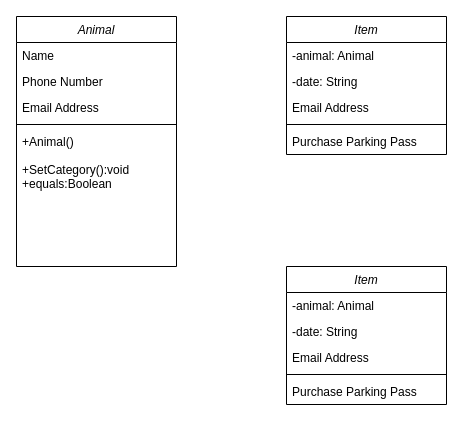
The draw.io diagram Diagram/ Analys_reflektion.drawio in GitoPot/Analys_reflektion, before the edit. Source tidied: cells renumbered, new cells numbered last; positions are measured from the earlier drawing's top-left corner, leaving out a move shared by most shapes. Both pictures are drawn from the tidied source at 100%, with x=0, y=0 at pixel (16, 16).
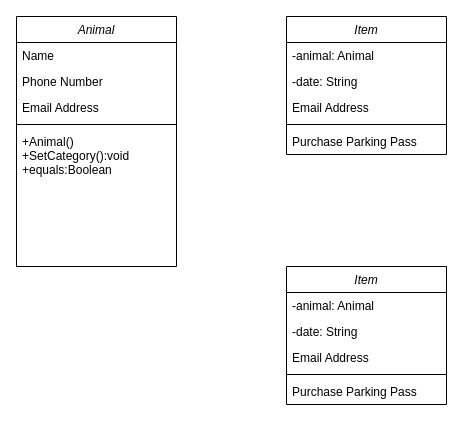
The same diagram, later.

Diff of the diagram source:
```diff
@@
 <mxGraphModel>
   <root>
     <mxCell id="0" />
     <mxCell id="1" parent="0" />
     <mxCell id="2" value="Animal" style="swimlane;fontStyle=2;align=center;verticalAlign=top;horizontal=1;startSize=26;rounded=0;shadow=0;strokeWidth=1;labelBackgroundColor=default;" parent="1" vertex="1">
       <mxGeometry width="160" height="250" as="geometry" />
     </mxCell>
     <mxCell id="3" value="Name" style="text;align=left;verticalAlign=top;spacingLeft=4;spacingRight=4;overflow=hidden;" parent="2" vertex="1">
       <mxGeometry y="26" width="160" height="26" as="geometry" />
     </mxCell>
     <mxCell id="4" value="Phone Number" style="text;align=left;verticalAlign=top;spacingLeft=4;spacingRight=4;overflow=hidden;rounded=0;shadow=0;html=0;" parent="2" vertex="1">
       <mxGeometry y="52" width="160" height="26" as="geometry" />
     </mxCell>
     <mxCell id="5" value="Email Address" style="text;align=left;verticalAlign=top;spacingLeft=4;spacingRight=4;overflow=hidden;rounded=0;shadow=0;html=0;" parent="2" vertex="1">
       <mxGeometry y="78" width="160" height="26" as="geometry" />
     </mxCell>
     <mxCell id="6" style="line;html=1;strokeWidth=1;align=left;verticalAlign=middle;spacingTop=-1;spacingLeft=3;spacingRight=3;labelPosition=right;" parent="2" vertex="1">
       <mxGeometry y="104" width="160" height="8" as="geometry" />
     </mxCell>
-    <mxCell id="7" value="+Animal()&#10;&#10;+SetCategory():void&#10;+equals:Boolean" style="text;align=left;verticalAlign=top;spacingLeft=4;spacingRight=4;overflow=hidden;" parent="2" vertex="1">
+    <mxCell id="7" value="+Animal()&#10;+SetCategory():void&#10;+equals:Boolean&#10;" style="text;align=left;verticalAlign=top;spacingLeft=4;spacingRight=4;overflow=hidden;" parent="2" vertex="1">
       <mxGeometry y="112" width="160" height="138" as="geometry" />
     </mxCell>
     <mxCell id="8" value="Item" style="swimlane;fontStyle=2;align=center;verticalAlign=top;horizontal=1;startSize=26;rounded=0;shadow=0;strokeWidth=1;" parent="1" vertex="1">
       <mxGeometry x="270" width="160" height="138" as="geometry" />
     </mxCell>
     <mxCell id="9" value="-animal: Animal" style="text;align=left;verticalAlign=top;spacingLeft=4;spacingRight=4;overflow=hidden;" parent="8" vertex="1">
       <mxGeometry y="26" width="160" height="26" as="geometry" />
     </mxCell>
     <mxCell id="10" value="-date: String" style="text;align=left;verticalAlign=top;spacingLeft=4;spacingRight=4;overflow=hidden;rounded=0;shadow=0;html=0;" parent="8" vertex="1">
       <mxGeometry y="52" width="160" height="26" as="geometry" />
     </mxCell>
     <mxCell id="11" value="Email Address" style="text;align=left;verticalAlign=top;spacingLeft=4;spacingRight=4;overflow=hidden;rounded=0;shadow=0;html=0;" parent="8" vertex="1">
       <mxGeometry y="78" width="160" height="26" as="geometry" />
     </mxCell>
     <mxCell id="12" style="line;html=1;strokeWidth=1;align=left;verticalAlign=middle;spacingTop=-1;spacingLeft=3;spacingRight=3;labelPosition=right;" parent="8" vertex="1">
       <mxGeometry y="104" width="160" height="8" as="geometry" />
     </mxCell>
     <mxCell id="13" value="Purchase Parking Pass" style="text;align=left;verticalAlign=top;spacingLeft=4;spacingRight=4;overflow=hidden;" parent="8" vertex="1">
       <mxGeometry y="112" width="160" height="26" as="geometry" />
     </mxCell>
     <mxCell id="14" value="Item" style="swimlane;fontStyle=2;align=center;verticalAlign=top;horizontal=1;startSize=26;rounded=0;shadow=0;strokeWidth=1;" parent="1" vertex="1">
       <mxGeometry x="270" y="250" width="160" height="138" as="geometry" />
     </mxCell>
     <mxCell id="15" value="-animal: Animal" style="text;align=left;verticalAlign=top;spacingLeft=4;spacingRight=4;overflow=hidden;" parent="14" vertex="1">
       <mxGeometry y="26" width="160" height="26" as="geometry" />
     </mxCell>
     <mxCell id="16" value="-date: String" style="text;align=left;verticalAlign=top;spacingLeft=4;spacingRight=4;overflow=hidden;rounded=0;shadow=0;html=0;" parent="14" vertex="1">
       <mxGeometry y="52" width="160" height="26" as="geometry" />
     </mxCell>
     <mxCell id="17" value="Email Address" style="text;align=left;verticalAlign=top;spacingLeft=4;spacingRight=4;overflow=hidden;rounded=0;shadow=0;html=0;" parent="14" vertex="1">
       <mxGeometry y="78" width="160" height="26" as="geometry" />
     </mxCell>
     <mxCell id="18" style="line;html=1;strokeWidth=1;align=left;verticalAlign=middle;spacingTop=-1;spacingLeft=3;spacingRight=3;labelPosition=right;" parent="14" vertex="1">
       <mxGeometry y="104" width="160" height="8" as="geometry" />
     </mxCell>
     <mxCell id="19" value="Purchase Parking Pass" style="text;align=left;verticalAlign=top;spacingLeft=4;spacingRight=4;overflow=hidden;" parent="14" vertex="1">
       <mxGeometry y="112" width="160" height="26" as="geometry" />
     </mxCell>
   </root>
 </mxGraphModel>
```
